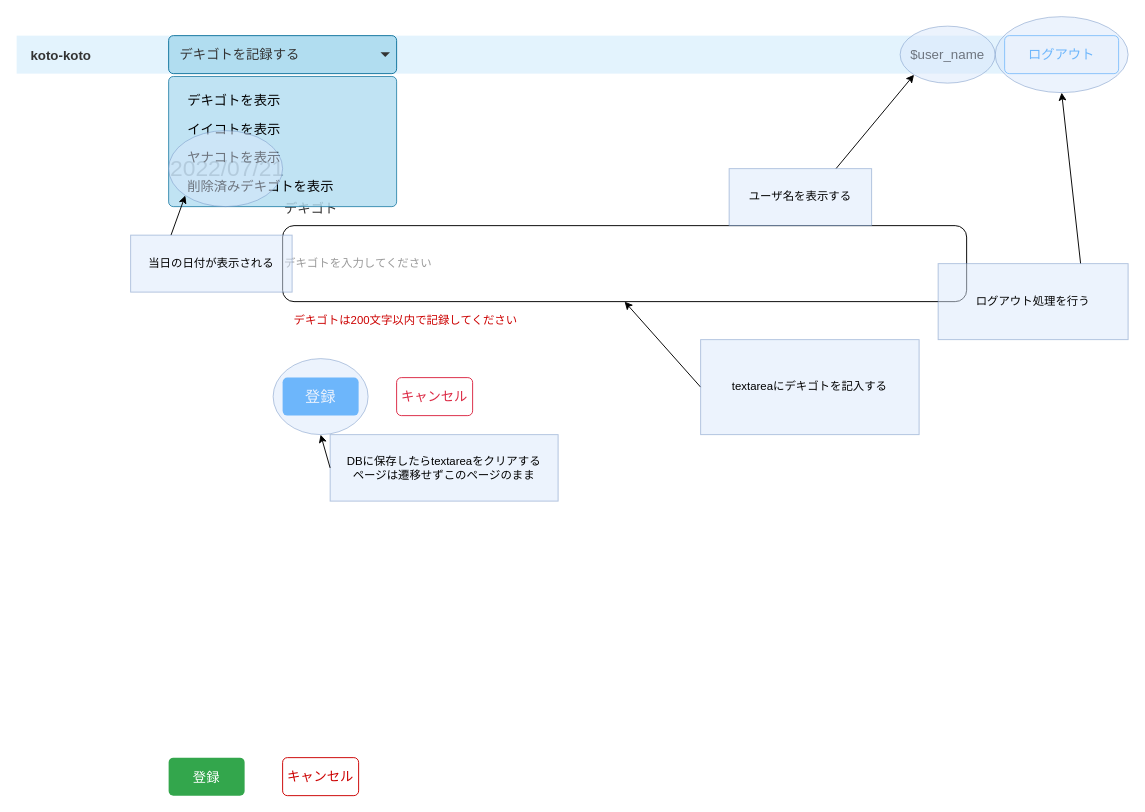
Before: page "デキゴト記録画面" (6 of 12) of doc/基本設計/画面設計.drawio in omoikanelulu/Three_good_things, a draw.io diagram. Source tidied: cells renumbered, new cells numbered last; positions are measured from the earlier drawing's top-left corner, leaving out a move shared by most shapes. Both pictures are drawn from the tidied source at 95%, with x=0, y=0 at pixel (16, 16).
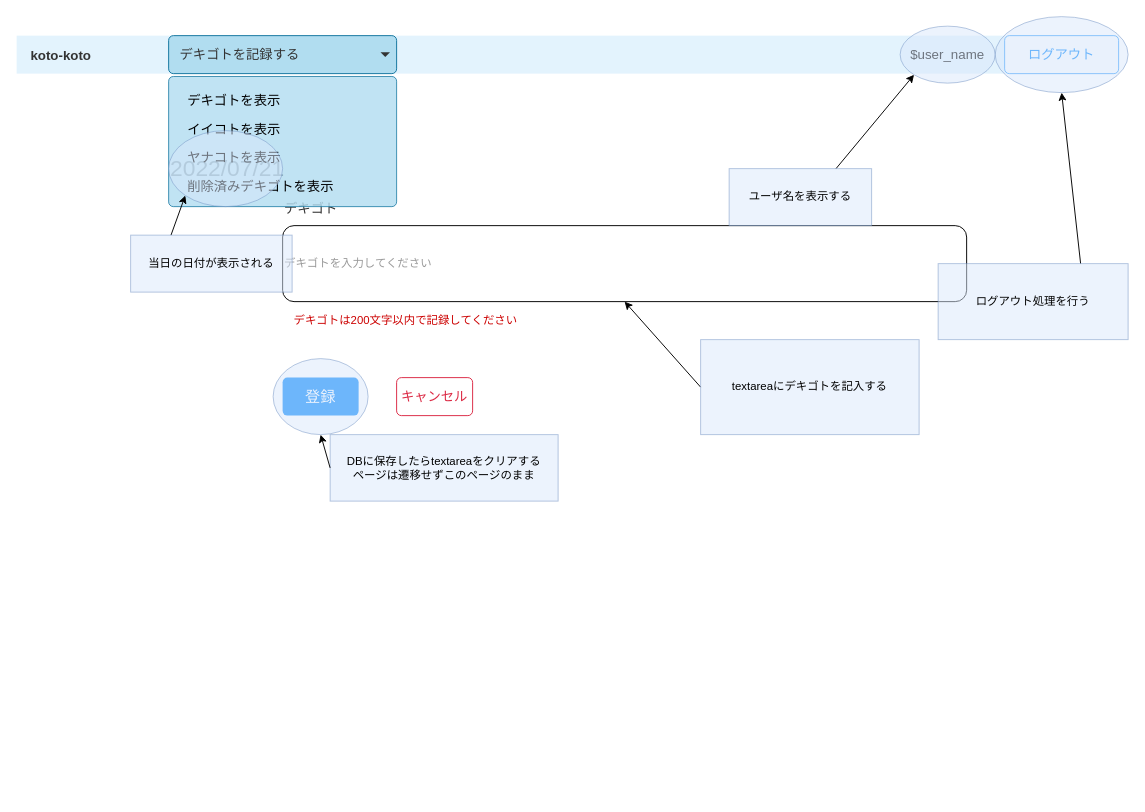
The same page after the edit.

Diff of the diagram source:
```diff
@@
-    <mxCell id="3" value="&lt;font style=&quot;font-size: 14px;&quot;&gt;登録&lt;/font&gt;" style="html=1;shadow=0;dashed=0;shape=mxgraph.bootstrap.rrect;rSize=5;strokeColor=none;strokeWidth=1;fillColor=#33A64C;fontColor=#FFFFFF;whiteSpace=wrap;align=center;verticalAlign=middle;spacingLeft=0;fontStyle=0;fontSize=16;spacing=5;" parent="1" vertex="1">
-      <mxGeometry x="160" y="780" width="80" height="40" as="geometry" />
-    </mxCell>
-    <mxCell id="4" value="キャンセル" style="html=1;shadow=0;dashed=0;shape=mxgraph.bootstrap.rrect;rSize=5;strokeColor=#CC0000;strokeWidth=1;fillColor=default;fontColor=#CC0000;whiteSpace=wrap;align=center;verticalAlign=middle;spacingLeft=0;fontStyle=0;fontSize=14;spacing=5;" parent="1" vertex="1">
-      <mxGeometry x="280" y="780" width="80" height="40" as="geometry" />
-    </mxCell>
```
